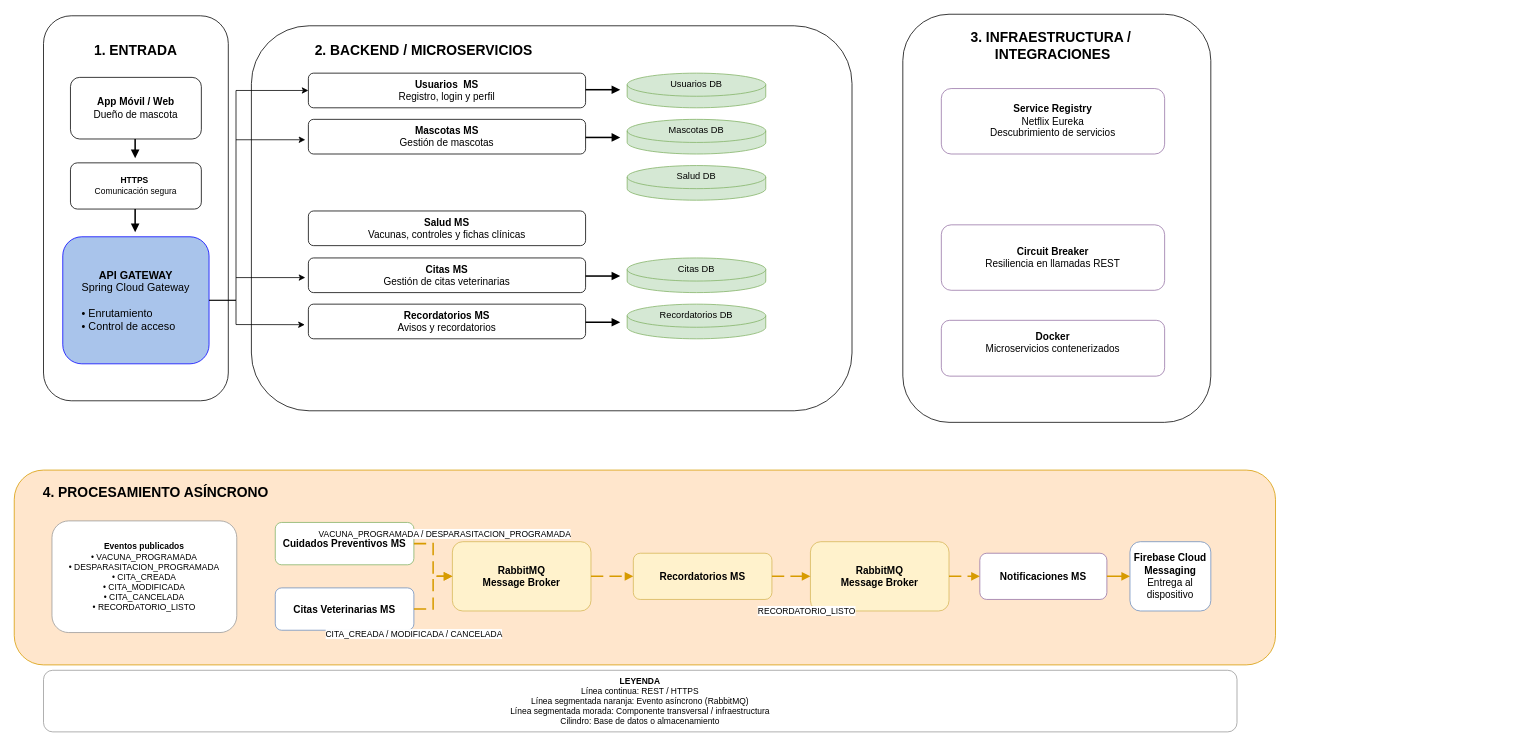
Before: registroMascotas/anexos/diagrama-arquitectura.drawio in bradanovich/registroMascotas, a draw.io diagram. Source tidied: cells renumbered, new cells numbered last; positions are measured from the earlier drawing's top-left corner, leaving out a move shared by most shapes. Both pictures are drawn from the tidied source at 77%, with x=0, y=0 at pixel (14, 14).
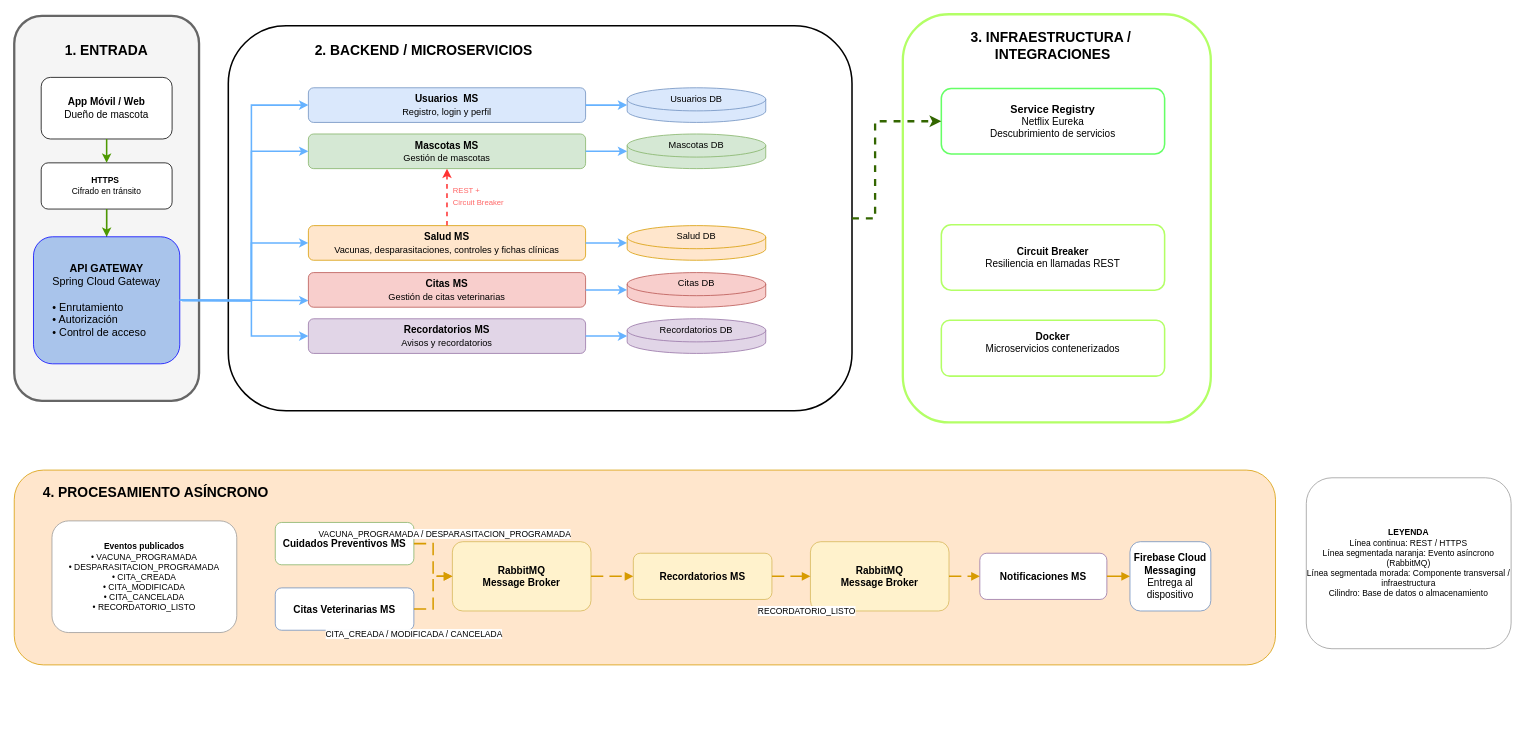
Above is the later version.

Change to the diagram source:
```diff
@@
     <mxCell id="17" value="&lt;b&gt;LEYENDA&lt;/b&gt;&lt;br/&gt;Línea continua: REST / HTTPS&lt;br/&gt;Línea segmentada naranja: Evento asíncrono (RabbitMQ)&lt;br/&gt;Línea segmentada morada: Componente transversal / infraestructura&lt;br/&gt;Cilindro: Base de datos o almacenamiento" style="rounded=1;whiteSpace=wrap;html=1;fillColor=#ffffff;strokeColor=#999999;fontSize=11;" parent="1" vertex="1">
-      <mxGeometry x="38" y="852" width="1550" height="80" as="geometry" />
+      <mxGeometry x="1678" y="602" width="266" height="222" as="geometry" />
     </mxCell>
-    <mxCell id="18" style="rounded=1;whiteSpace=wrap;html=1;fontStyle=1;fontSize=18;" parent="1" vertex="1">
-      <mxGeometry x="38" y="2" width="240" height="500" as="geometry" />
+    <mxCell id="18" style="rounded=1;whiteSpace=wrap;html=1;fontStyle=1;fontSize=18;fillColor=#f5f5f5;fontColor=#333333;strokeColor=#666666;strokeWidth=3;" parent="1" vertex="1">
+      <mxGeometry y="2" width="240" height="500" as="geometry" />
     </mxCell>
-    <mxCell id="19" value="&lt;b&gt;App Móvil / Web&lt;/b&gt;&lt;br/&gt;Dueño de mascota" style="rounded=1;whiteSpace=wrap;html=1;fillColor=#ffffff;strokeColor=default;fontSize=13;" parent="1" vertex="1">
-      <mxGeometry x="73" y="82" width="170" height="80" as="geometry" />
+    <mxCell id="19" value="&lt;b&gt;App Móvil / Web&lt;/b&gt;&lt;br&gt;Dueño de mascota" style="rounded=1;whiteSpace=wrap;html=1;fillColor=#ffffff;strokeColor=default;fontSize=13;align=center;" parent="1" vertex="1">
+      <mxGeometry x="35" y="82" width="170" height="80" as="geometry" />
     </mxCell>
+    <mxCell id="51" style="edgeStyle=orthogonalEdgeStyle;rounded=0;jettySize=auto;html=1;" parent="1" edge="1" source="20">
+      <mxGeometry relative="1" as="geometry">
+        <mxPoint x="120" y="333" as="targetPoint" />
+      </mxGeometry>
+    </mxCell>
-    <mxCell id="20" value="&lt;b&gt;HTTPS&amp;nbsp;&lt;/b&gt;&lt;br&gt;Comunicación segura" style="rounded=1;whiteSpace=wrap;html=1;fillColor=#ffffff;strokeColor=default;fontSize=11;" parent="1" vertex="1">
-      <mxGeometry x="73" y="193" width="170" height="60" as="geometry" />
+    <mxCell id="20" value="&lt;b&gt;HTTPS&amp;nbsp;&lt;/b&gt;&lt;br&gt;Cifrado en tránsito" style="rounded=1;whiteSpace=wrap;html=1;fillColor=#ffffff;strokeColor=default;fontSize=11;" parent="1" vertex="1">
+      <mxGeometry x="35" y="193" width="170" height="60" as="geometry" />
     </mxCell>
-    <mxCell id="21" value="&lt;b&gt;API GATEWAY&lt;/b&gt;&lt;br&gt;&lt;span style=&quot;font-weight: normal;&quot;&gt;Spring Cloud Gateway&lt;/span&gt;&lt;br&gt;&lt;br&gt;&lt;div style=&quot;text-align: left;&quot;&gt;&lt;span style=&quot;font-weight: normal; background-color: transparent; color: light-dark(rgb(0, 0, 0), rgb(255, 255, 255));&quot;&gt;• Enrutamiento&lt;/span&gt;&lt;/div&gt;&lt;span style=&quot;font-weight: normal;&quot;&gt;&lt;div style=&quot;text-align: left;&quot;&gt;&lt;span style=&quot;background-color: transparent; color: light-dark(rgb(0, 0, 0), rgb(255, 255, 255));&quot;&gt;• Control de acceso&lt;/span&gt;&lt;/div&gt;&lt;/span&gt;" style="rounded=1;whiteSpace=wrap;html=1;fillColor=#A9C4EB;strokeColor=#0000FF;fontStyle=1;fontSize=14;" parent="1" vertex="1">
-      <mxGeometry x="63" y="289" width="190" height="165" as="geometry" />
+    <mxCell id="21" value="&lt;b&gt;API GATEWAY&lt;/b&gt;&lt;br&gt;&lt;span style=&quot;font-weight: normal;&quot;&gt;Spring Cloud Gateway&lt;/span&gt;&lt;br&gt;&lt;br&gt;&lt;div style=&quot;text-align: left;&quot;&gt;&lt;span style=&quot;font-weight: normal; background-color: transparent; color: light-dark(rgb(0, 0, 0), rgb(255, 255, 255));&quot;&gt;• Enrutamiento&lt;/span&gt;&lt;/div&gt;&lt;div style=&quot;text-align: left;&quot;&gt;&lt;span style=&quot;font-weight: normal;&quot;&gt;• Autorización&lt;/span&gt;&lt;span style=&quot;font-weight: normal; background-color: transparent; color: light-dark(rgb(0, 0, 0), rgb(255, 255, 255));&quot;&gt;&lt;/span&gt;&lt;/div&gt;&lt;span style=&quot;font-weight: normal;&quot;&gt;&lt;div style=&quot;text-align: left;&quot;&gt;&lt;span style=&quot;background-color: transparent; color: light-dark(rgb(0, 0, 0), rgb(255, 255, 255));&quot;&gt;• Control de acceso&lt;/span&gt;&lt;/div&gt;&lt;/span&gt;" style="rounded=1;whiteSpace=wrap;html=1;fillColor=#A9C4EB;strokeColor=#0000FF;fontStyle=1;fontSize=14;" parent="1" vertex="1">
+      <mxGeometry x="25" y="289" width="190" height="165" as="geometry" />
     </mxCell>
-    <mxCell id="22" style="edgeStyle=orthogonalEdgeStyle;rounded=0;orthogonalLoop=1;jettySize=auto;html=1;endArrow=block;endFill=1;strokeWidth=2;strokeColor=#000000;" parent="1" edge="1">
-      <mxGeometry relative="1" as="geometry">
-        <mxPoint x="157" y="162" as="sourcePoint" />
-        <mxPoint x="157" y="187" as="targetPoint" />
-      </mxGeometry>
-    </mxCell>
-    <mxCell id="23" style="edgeStyle=orthogonalEdgeStyle;rounded=0;orthogonalLoop=1;jettySize=auto;html=1;endArrow=block;endFill=1;strokeWidth=2;strokeColor=#000000;" parent="1" edge="1">
-      <mxGeometry relative="1" as="geometry">
-        <mxPoint x="157" y="253" as="sourcePoint" />
-        <mxPoint x="157" y="283" as="targetPoint" />
-      </mxGeometry>
-    </mxCell>
-    <mxCell id="24" style="rounded=1;whiteSpace=wrap;html=1;fontStyle=1;fontSize=18;" parent="1" vertex="1">
-      <mxGeometry x="308" y="15" width="780" height="500" as="geometry" />
+    <mxCell id="24" style="rounded=1;whiteSpace=wrap;html=1;fontStyle=1;fontSize=18;strokeWidth=2;" parent="1" vertex="1">
+      <mxGeometry x="278" y="15" width="810" height="500" as="geometry" />
     </mxCell>
-    <mxCell id="25" value="&lt;b&gt;Usuarios&amp;nbsp; MS&lt;/b&gt;&lt;br&gt;Registro, login y perfil" style="rounded=1;whiteSpace=wrap;html=1;fillColor=#ffffff;strokeColor=#000000;fontSize=13;" parent="1" vertex="1">
-      <mxGeometry x="382" y="76.5" width="360" height="45" as="geometry" />
+    <mxCell id="25" value="&lt;b&gt;Usuarios&amp;nbsp; MS&lt;/b&gt;&lt;br&gt;&lt;font style=&quot;font-size: 12px;&quot;&gt;Registro, login y perfil&lt;/font&gt;" style="rounded=1;whiteSpace=wrap;html=1;fillColor=#dae8fc;strokeColor=#6c8ebf;fontSize=13;" parent="1" vertex="1">
+      <mxGeometry x="382" y="95.5" width="360" height="45" as="geometry" />
     </mxCell>
-    <mxCell id="26" value="&lt;b&gt;Mascotas MS&lt;/b&gt;&lt;br/&gt;Gestión de mascotas" style="rounded=1;whiteSpace=wrap;html=1;fillColor=#ffffff;strokeColor=#000000;fontSize=13;" parent="1" vertex="1">
-      <mxGeometry x="382" y="136.5" width="360" height="45" as="geometry" />
+    <mxCell id="26" value="&lt;b&gt;Mascotas MS&lt;/b&gt;&lt;br&gt;&lt;font style=&quot;font-size: 12px;&quot;&gt;Gestión de mascotas&lt;/font&gt;" style="rounded=1;whiteSpace=wrap;html=1;fillColor=#d5e8d4;strokeColor=#82b366;fontSize=13;" parent="1" vertex="1">
+      <mxGeometry x="382" y="155.5" width="360" height="45" as="geometry" />
     </mxCell>
-    <mxCell id="27" value="&lt;b&gt;Salud MS&lt;/b&gt;&lt;br&gt;Vacunas, controles y fichas clínicas" style="rounded=1;whiteSpace=wrap;html=1;fillColor=#ffffff;strokeColor=#000000;fontSize=13;" parent="1" vertex="1">
-      <mxGeometry x="382" y="255.5" width="360" height="45" as="geometry" />
+    <mxCell id="27" value="&lt;b&gt;Salud MS&lt;/b&gt;&lt;br&gt;&lt;font style=&quot;font-size: 12px;&quot;&gt;Vacunas, desparasitaciones, controles y fichas clínicas&lt;/font&gt;" style="rounded=1;whiteSpace=wrap;html=1;fillColor=#ffe6cc;strokeColor=#d79b00;fontSize=13;" parent="1" vertex="1">
+      <mxGeometry x="382" y="274.5" width="360" height="45" as="geometry" />
     </mxCell>
-    <mxCell id="28" value="&lt;b&gt;Citas MS&lt;/b&gt;&lt;br&gt;Gestión de citas veterinarias" style="rounded=1;whiteSpace=wrap;html=1;fillColor=#ffffff;strokeColor=#000000;fontSize=13;" parent="1" vertex="1">
-      <mxGeometry x="382" y="316.5" width="360" height="45" as="geometry" />
+    <mxCell id="28" value="&lt;b&gt;Citas MS&lt;/b&gt;&lt;br&gt;&lt;font style=&quot;font-size: 12px;&quot;&gt;Gestión de citas veterinarias&lt;/font&gt;" style="rounded=1;whiteSpace=wrap;html=1;fillColor=#f8cecc;strokeColor=#b85450;fontSize=13;" parent="1" vertex="1">
+      <mxGeometry x="382" y="335.5" width="360" height="45" as="geometry" />
     </mxCell>
-    <mxCell id="29" value="&lt;b&gt;Recordatorios MS&lt;/b&gt;&lt;br&gt;Avisos y recordatorios" style="rounded=1;whiteSpace=wrap;html=1;fillColor=#ffffff;strokeColor=#000000;fontSize=13;" parent="1" vertex="1">
-      <mxGeometry x="382" y="376.5" width="360" height="45" as="geometry" />
+    <mxCell id="29" value="&lt;b&gt;Recordatorios MS&lt;/b&gt;&lt;br&gt;&lt;font style=&quot;font-size: 12px;&quot;&gt;Avisos y recordatorios&lt;/font&gt;" style="rounded=1;whiteSpace=wrap;html=1;fillColor=#e1d5e7;strokeColor=#9673a6;fontSize=13;" parent="1" vertex="1">
+      <mxGeometry x="382" y="395.5" width="360" height="45" as="geometry" />
     </mxCell>
-    <mxCell id="30" value="Usuarios DB&lt;div&gt;&lt;br&gt;&lt;/div&gt;&lt;div&gt;&lt;br&gt;&lt;/div&gt;&lt;div&gt;&lt;br&gt;&lt;/div&gt;" style="shape=cylinder3;whiteSpace=wrap;html=1;boundedLbl=1;backgroundOutline=1;size=15;fillColor=#D5E8D4;strokeColor=#82b366;fontSize=12;" parent="1" vertex="1">
-      <mxGeometry x="796" y="76.5" width="180" height="45" as="geometry" />
+    <mxCell id="30" value="Usuarios DB&lt;div&gt;&lt;br&gt;&lt;/div&gt;&lt;div&gt;&lt;br&gt;&lt;/div&gt;&lt;div&gt;&lt;br&gt;&lt;/div&gt;" style="shape=cylinder3;whiteSpace=wrap;html=1;boundedLbl=1;backgroundOutline=1;size=15;fillColor=#dae8fc;strokeColor=#6c8ebf;fontSize=12;" parent="1" vertex="1">
+      <mxGeometry x="796" y="95.5" width="180" height="45" as="geometry" />
     </mxCell>
     <mxCell id="31" value="Mascotas DB&lt;div&gt;&lt;br&gt;&lt;/div&gt;&lt;div&gt;&lt;br&gt;&lt;/div&gt;&lt;div&gt;&lt;br&gt;&lt;/div&gt;" style="shape=cylinder3;whiteSpace=wrap;html=1;boundedLbl=1;backgroundOutline=1;size=15;fillColor=#d5e8d4;strokeColor=#82b366;fontSize=12;" parent="1" vertex="1">
-      <mxGeometry x="796" y="136.5" width="180" height="45" as="geometry" />
+      <mxGeometry x="796" y="155.5" width="180" height="45" as="geometry" />
     </mxCell>
-    <mxCell id="32" value="Salud DB&lt;div&gt;&lt;br&gt;&lt;/div&gt;&lt;div&gt;&lt;br&gt;&lt;/div&gt;&lt;div&gt;&lt;br&gt;&lt;/div&gt;" style="shape=cylinder3;whiteSpace=wrap;html=1;boundedLbl=1;backgroundOutline=1;size=15;fillColor=#d5e8d4;strokeColor=#82b366;fontSize=12;" parent="1" vertex="1">
-      <mxGeometry x="796" y="196.5" width="180" height="45" as="geometry" />
+    <mxCell id="32" value="Salud DB&lt;div&gt;&lt;br&gt;&lt;/div&gt;&lt;div&gt;&lt;br&gt;&lt;/div&gt;&lt;div&gt;&lt;br&gt;&lt;/div&gt;" style="shape=cylinder3;whiteSpace=wrap;html=1;boundedLbl=1;backgroundOutline=1;size=15;fillColor=#ffe6cc;strokeColor=#d79b00;fontSize=12;" parent="1" vertex="1">
+      <mxGeometry x="796" y="274.5" width="180" height="45" as="geometry" />
     </mxCell>
-    <mxCell id="33" value="Citas DB&lt;div&gt;&lt;br&gt;&lt;/div&gt;&lt;div&gt;&lt;br&gt;&lt;/div&gt;&lt;div&gt;&lt;br&gt;&lt;/div&gt;" style="shape=cylinder3;whiteSpace=wrap;html=1;boundedLbl=1;backgroundOutline=1;size=15;fillColor=#d5e8d4;strokeColor=#82b366;fontSize=12;" parent="1" vertex="1">
-      <mxGeometry x="796" y="316.5" width="180" height="45" as="geometry" />
+    <mxCell id="33" value="Citas DB&lt;div&gt;&lt;br&gt;&lt;/div&gt;&lt;div&gt;&lt;br&gt;&lt;/div&gt;&lt;div&gt;&lt;br&gt;&lt;/div&gt;" style="shape=cylinder3;whiteSpace=wrap;html=1;boundedLbl=1;backgroundOutline=1;size=15;fillColor=#f8cecc;strokeColor=#b85450;fontSize=12;" parent="1" vertex="1">
+      <mxGeometry x="796" y="335.5" width="180" height="45" as="geometry" />
     </mxCell>
-    <mxCell id="34" value="Recordatorios DB&lt;div&gt;&lt;br&gt;&lt;/div&gt;&lt;div&gt;&lt;br&gt;&lt;/div&gt;&lt;div&gt;&lt;br&gt;&lt;/div&gt;" style="shape=cylinder3;whiteSpace=wrap;html=1;boundedLbl=1;backgroundOutline=1;size=15;fillColor=#d5e8d4;strokeColor=#82b366;fontSize=12;" parent="1" vertex="1">
-      <mxGeometry x="796" y="376.5" width="180" height="45" as="geometry" />
+    <mxCell id="34" value="Recordatorios DB&lt;div&gt;&lt;br&gt;&lt;/div&gt;&lt;div&gt;&lt;br&gt;&lt;/div&gt;&lt;div&gt;&lt;br&gt;&lt;/div&gt;" style="shape=cylinder3;whiteSpace=wrap;html=1;boundedLbl=1;backgroundOutline=1;size=15;fillColor=#e1d5e7;strokeColor=#9673a6;fontSize=12;" parent="1" vertex="1">
+      <mxGeometry x="796" y="395.5" width="180" height="45" as="geometry" />
     </mxCell>
-    <mxCell id="35" style="rounded=1;whiteSpace=wrap;html=1;fontStyle=1;fontSize=18;" parent="1" vertex="1">
+    <mxCell id="35" style="rounded=1;whiteSpace=wrap;html=1;fontStyle=1;fontSize=18;strokeColor=#B3FF66;strokeWidth=3;" parent="1" vertex="1">
       <mxGeometry x="1154" width="400" height="530" as="geometry" />
     </mxCell>
-    <mxCell id="36" value="&lt;b&gt;Service Registry&lt;/b&gt;&lt;br/&gt;Netflix Eureka&lt;br/&gt;Descubrimiento de servicios" style="rounded=1;whiteSpace=wrap;html=1;fillColor=#ffffff;strokeColor=#9673a6;fontSize=13;" parent="1" vertex="1">
+    <mxCell id="36" value="&lt;font style=&quot;font-size: 14px;&quot;&gt;&lt;b&gt;Service Registry&lt;/b&gt;&lt;br&gt;&lt;/font&gt;Netflix Eureka&lt;br&gt;Descubrimiento de servicios" style="rounded=1;whiteSpace=wrap;html=1;fillColor=#ffffff;strokeColor=#66FF66;fontSize=13;strokeWidth=2;" parent="1" vertex="1">
       <mxGeometry x="1204" y="96.5" width="290" height="85" as="geometry" />
     </mxCell>
-    <mxCell id="37" value="&lt;b&gt;Circuit Breaker&lt;/b&gt;&lt;br&gt;Resiliencia en llamadas REST" style="rounded=1;whiteSpace=wrap;html=1;fillColor=#ffffff;strokeColor=#9673a6;fontSize=13;" parent="1" vertex="1">
+    <mxCell id="37" value="&lt;b&gt;Circuit Breaker&lt;/b&gt;&lt;br&gt;Resiliencia en llamadas REST" style="rounded=1;whiteSpace=wrap;html=1;fillColor=#ffffff;strokeColor=#B3FF66;fontSize=13;strokeWidth=2;" parent="1" vertex="1">
       <mxGeometry x="1204" y="273.5" width="290" height="85" as="geometry" />
     </mxCell>
-    <mxCell id="38" value="&lt;b&gt;Docker&lt;/b&gt;&lt;br&gt;Microservicios contenerizados&lt;div&gt;&lt;br/&gt;&lt;/div&gt;" style="rounded=1;whiteSpace=wrap;html=1;fillColor=#ffffff;strokeColor=#9673a6;fontSize=13;" parent="1" vertex="1">
+    <mxCell id="38" value="&lt;b&gt;Docker&lt;/b&gt;&lt;br&gt;Microservicios contenerizados&lt;div&gt;&lt;br/&gt;&lt;/div&gt;" style="rounded=1;whiteSpace=wrap;html=1;fillColor=#ffffff;strokeColor=#B3FF66;fontSize=13;strokeWidth=2;" parent="1" vertex="1">
       <mxGeometry x="1204" y="397.5" width="290" height="72.5" as="geometry" />
     </mxCell>
-    <mxCell id="39" style="edgeStyle=orthogonalEdgeStyle;rounded=0;orthogonalLoop=1;jettySize=auto;html=1;endArrow=block;endFill=1;strokeWidth=2;strokeColor=#000000;" parent="1" edge="1">
-      <mxGeometry relative="1" as="geometry">
-        <mxPoint x="742" y="98" as="sourcePoint" />
-        <mxPoint x="787" y="98" as="targetPoint" />
-      </mxGeometry>
-    </mxCell>
-    <mxCell id="40" style="edgeStyle=orthogonalEdgeStyle;rounded=0;orthogonalLoop=1;jettySize=auto;html=1;endArrow=block;endFill=1;strokeWidth=2;strokeColor=#000000;" parent="1" edge="1">
-      <mxGeometry relative="1" as="geometry">
-        <mxPoint x="742" y="160" as="sourcePoint" />
-        <mxPoint x="787" y="160" as="targetPoint" />
-      </mxGeometry>
-    </mxCell>
-    <mxCell id="41" style="edgeStyle=orthogonalEdgeStyle;rounded=0;orthogonalLoop=1;jettySize=auto;html=1;endArrow=block;endFill=1;strokeWidth=2;strokeColor=#000000;" parent="1" edge="1">
-      <mxGeometry relative="1" as="geometry">
-        <mxPoint x="742" y="340" as="sourcePoint" />
-        <mxPoint x="787" y="340" as="targetPoint" />
-      </mxGeometry>
-    </mxCell>
-    <mxCell id="42" style="edgeStyle=orthogonalEdgeStyle;rounded=0;orthogonalLoop=1;jettySize=auto;html=1;endArrow=block;endFill=1;strokeWidth=2;strokeColor=#000000;" parent="1" edge="1">
-      <mxGeometry relative="1" as="geometry">
-        <mxPoint x="742" y="400" as="sourcePoint" />
-        <mxPoint x="787" y="400" as="targetPoint" />
-      </mxGeometry>
-    </mxCell>
     <mxCell id="43" value="1. ENTRADA" style="text;html=1;whiteSpace=wrap;strokeColor=none;fillColor=none;align=center;verticalAlign=middle;rounded=0;fontSize=18;fontStyle=1;" parent="1" vertex="1">
-      <mxGeometry x="93" y="28" width="130" height="40" as="geometry" />
+      <mxGeometry x="55" y="28" width="130" height="40" as="geometry" />
     </mxCell>
@@
-    <mxCell id="45" style="endArrow=classic;html=1;rounded=0;exitX=1;exitY=0.5;exitDx=0;exitDy=0;entryX=0;entryY=0.5;entryDx=0;entryDy=0;" parent="1" edge="1" source="21" target="25">
-      <mxGeometry relative="1" as="geometry">
-        <Array as="points">
-          <mxPoint x="288" y="371.5" />
-          <mxPoint x="288" y="99" />
-        </Array>
-      </mxGeometry>
-    </mxCell>
-    <mxCell id="46" style="endArrow=classic;html=1;rounded=0;" parent="1" edge="1">
-      <mxGeometry relative="1" as="geometry">
-        <mxPoint x="288" y="342" as="sourcePoint" />
-        <mxPoint x="378" y="342" as="targetPoint" />
-      </mxGeometry>
-    </mxCell>
-    <mxCell id="47" style="endArrow=classic;html=1;rounded=0;" parent="1" edge="1">
-      <mxGeometry relative="1" as="geometry">
-        <mxPoint x="288" y="163" as="sourcePoint" />
-        <mxPoint x="378" y="163" as="targetPoint" />
-      </mxGeometry>
-    </mxCell>
-    <mxCell id="48" style="endArrow=classic;html=1;rounded=0;exitX=1;exitY=0.5;exitDx=0;exitDy=0;entryX=-0.013;entryY=0.593;entryDx=0;entryDy=0;entryPerimeter=0;" parent="1" edge="1" source="21" target="29">
-      <mxGeometry relative="1" as="geometry">
-        <Array as="points">
-          <mxPoint x="288" y="371.5" />
-          <mxPoint x="288" y="403" />
-        </Array>
-      </mxGeometry>
-    </mxCell>
@@
+    <mxCell id="52" style="endArrow=classic;html=1;rounded=0;exitX=0.5;exitY=1;exitDx=0;exitDy=0;entryX=0.5;entryY=0;entryDx=0;entryDy=0;strokeWidth=2;strokeColor=#4D9900;" parent="1" edge="1" source="19" target="20">
+      <mxGeometry relative="1" as="geometry" />
+    </mxCell>
+    <mxCell id="53" style="endArrow=classic;html=1;rounded=0;exitX=0.5;exitY=1;exitDx=0;exitDy=0;entryX=0.5;entryY=0;entryDx=0;entryDy=0;strokeWidth=2;strokeColor=#4D9900;" parent="1" edge="1" source="20" target="21">
+      <mxGeometry relative="1" as="geometry" />
+    </mxCell>
+    <mxCell id="45" style="endArrow=classic;html=1;rounded=0;exitX=1;exitY=0.5;exitDx=0;exitDy=0;entryX=0;entryY=0.5;entryDx=0;entryDy=0;strokeWidth=2;strokeColor=#66B2FF;" parent="1" edge="1" source="21" target="25">
+      <mxGeometry relative="1" as="geometry">
+        <Array as="points">
+          <mxPoint x="308" y="372" />
+          <mxPoint x="308" y="118" />
+        </Array>
+      </mxGeometry>
+    </mxCell>
+    <mxCell id="48" style="endArrow=classic;html=1;rounded=0;exitX=1;exitY=0.5;exitDx=0;exitDy=0;entryX=0;entryY=0.5;entryDx=0;entryDy=0;strokeWidth=2;strokeColor=#66B2FF;" parent="1" edge="1" source="21" target="29">
+      <mxGeometry relative="1" as="geometry">
+        <Array as="points">
+          <mxPoint x="308" y="372" />
+          <mxPoint x="308" y="418" />
+        </Array>
+      </mxGeometry>
+    </mxCell>
+    <mxCell id="54" style="endArrow=classic;html=1;rounded=0;entryX=0;entryY=0.5;entryDx=0;entryDy=0;strokeWidth=2;strokeColor=#66B2FF;" parent="1" edge="1" target="26">
+      <mxGeometry relative="1" as="geometry">
+        <mxPoint x="218" y="372" as="sourcePoint" />
+        <Array as="points">
+          <mxPoint x="308" y="372" />
+          <mxPoint x="308" y="178" />
+        </Array>
+      </mxGeometry>
+    </mxCell>
+    <mxCell id="55" style="endArrow=classic;html=1;rounded=0;exitX=1;exitY=0.5;exitDx=0;exitDy=0;entryX=0;entryY=0.5;entryDx=0;entryDy=0;strokeWidth=2;strokeColor=#66B2FF;" parent="1" edge="1" source="21" target="27">
+      <mxGeometry relative="1" as="geometry">
+        <Array as="points">
+          <mxPoint x="308" y="371.5" />
+          <mxPoint x="308" y="297" />
+        </Array>
+      </mxGeometry>
+    </mxCell>
+    <mxCell id="56" style="endArrow=classic;html=1;rounded=0;exitX=1;exitY=0.5;exitDx=0;exitDy=0;entryX=0;entryY=0.811;entryDx=0;entryDy=0;entryPerimeter=0;strokeWidth=2;strokeColor=#66B2FF;" parent="1" edge="1">
+      <mxGeometry relative="1" as="geometry">
+        <mxPoint x="215" y="371.2" as="sourcePoint" />
+        <mxPoint x="382" y="371.7" as="targetPoint" />
+      </mxGeometry>
+    </mxCell>
+    <mxCell id="57" style="endArrow=classic;dashed=1;html=1;rounded=0;entryX=0.5;entryY=1;entryDx=0;entryDy=0;exitX=0.5;exitY=0;exitDx=0;exitDy=0;startArrow=none;startFill=0;endFill=1;strokeColor=#FF3333;strokeWidth=2;" parent="1" edge="1" source="27" target="26">
+      <mxGeometry relative="1" as="geometry" />
+    </mxCell>
+    <mxCell id="58" value="&lt;font style=&quot;font-size: 10px; color: rgb(255, 102, 102);&quot;&gt;REST +&lt;/font&gt;&lt;div&gt;&lt;font style=&quot;font-size: 10px; color: rgb(255, 102, 102);&quot;&gt;Circuit Breaker&lt;/font&gt;&lt;/div&gt;" style="text;html=1;whiteSpace=wrap;strokeColor=none;fillColor=none;align=left;verticalAlign=middle;rounded=0;" parent="1" vertex="1">
+      <mxGeometry x="568" y="215.5" width="90" height="40" as="geometry" />
+    </mxCell>
+    <mxCell id="59" style="endArrow=classic;html=1;rounded=0;exitX=1;exitY=0.5;exitDx=0;exitDy=0;entryX=0;entryY=0.5;entryDx=0;entryDy=0;entryPerimeter=0;strokeWidth=2;strokeColor=#66B2FF;" parent="1" edge="1" source="25" target="30">
+      <mxGeometry relative="1" as="geometry" />
+    </mxCell>
+    <mxCell id="60" style="endArrow=classic;html=1;rounded=0;entryX=0;entryY=0.5;entryDx=0;entryDy=0;entryPerimeter=0;exitX=1;exitY=0.5;exitDx=0;exitDy=0;strokeWidth=2;strokeColor=#66B2FF;" parent="1" edge="1" source="26" target="31">
+      <mxGeometry relative="1" as="geometry" />
+    </mxCell>
+    <mxCell id="61" style="endArrow=classic;html=1;rounded=0;exitX=1;exitY=0.5;exitDx=0;exitDy=0;entryX=0;entryY=0.5;entryDx=0;entryDy=0;entryPerimeter=0;strokeWidth=2;strokeColor=#66B2FF;" parent="1" edge="1" source="27" target="32">
+      <mxGeometry relative="1" as="geometry" />
+    </mxCell>
+    <mxCell id="62" style="endArrow=classic;html=1;rounded=0;exitX=1;exitY=0.5;exitDx=0;exitDy=0;entryX=0;entryY=0.5;entryDx=0;entryDy=0;entryPerimeter=0;strokeWidth=2;strokeColor=#66B2FF;" parent="1" edge="1" source="28" target="33">
+      <mxGeometry relative="1" as="geometry" />
+    </mxCell>
+    <mxCell id="63" style="endArrow=classic;html=1;rounded=0;exitX=1;exitY=0.5;exitDx=0;exitDy=0;entryX=0;entryY=0.5;entryDx=0;entryDy=0;entryPerimeter=0;strokeWidth=2;strokeColor=#66B2FF;" parent="1" edge="1" source="29" target="34">
+      <mxGeometry relative="1" as="geometry" />
+    </mxCell>
+    <mxCell id="64" style="endArrow=classic;dashed=1;html=1;rounded=0;exitX=1;exitY=0.5;exitDx=0;exitDy=0;entryX=0;entryY=0.5;entryDx=0;entryDy=0;startArrow=none;startFill=0;endFill=1;fillColor=#66FF66;strokeColor=#336600;strokeWidth=3;" parent="1" edge="1" source="24" target="36">
+      <mxGeometry relative="1" as="geometry">
+        <Array as="points">
+          <mxPoint x="1118" y="265" />
+          <mxPoint x="1118" y="139" />
+        </Array>
+      </mxGeometry>
+    </mxCell>
```
